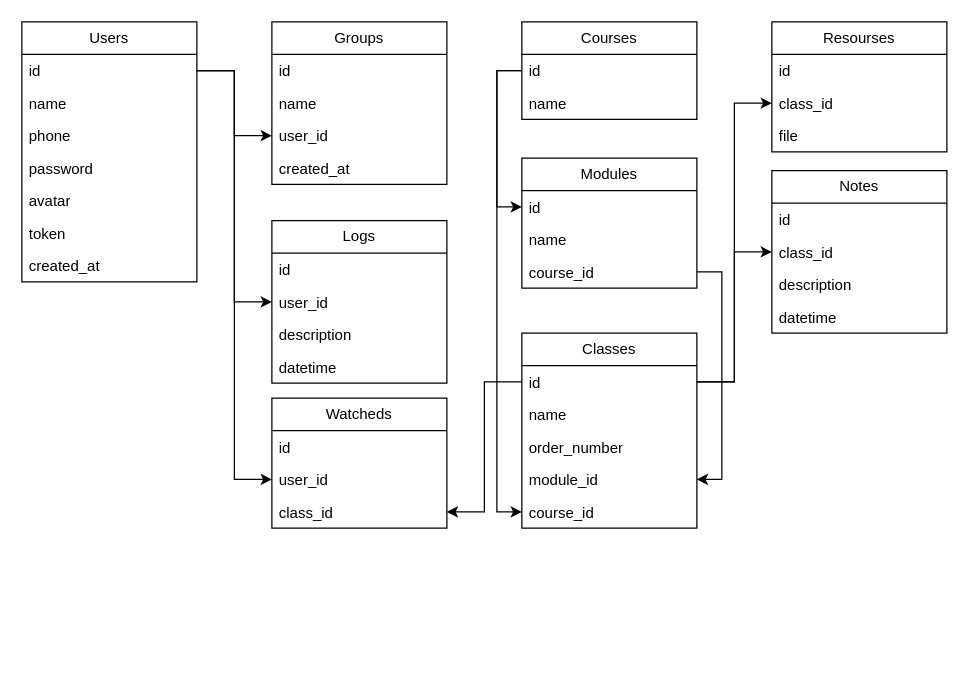
The draw.io diagram uml.drawio in fernando-fix/ead, before the edit. Source tidied: cells renumbered, new cells numbered last; positions are measured from the earlier drawing's top-left corner, leaving out a move shared by most shapes. Both pictures are drawn from the tidied source at 125%, with x=0, y=0 at pixel (21, 21).
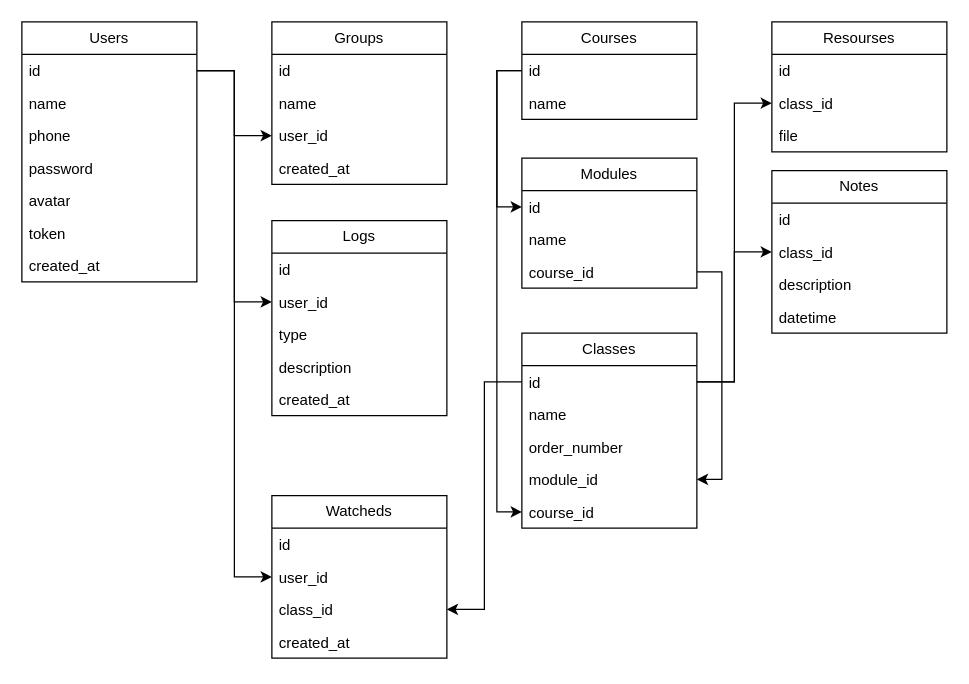
The same page after the edit.

What changed in the source:
```diff
@@
     <mxCell id="28" value="Logs" style="swimlane;fontStyle=0;horizontal=1;startSize=26;fillColor=none;whiteSpace=wrap;html=1;" parent="1" vertex="1">
-      <mxGeometry x="200" y="159" width="140" height="130" as="geometry" />
+      <mxGeometry x="200" y="159" width="140" height="156" as="geometry" />
     </mxCell>
@@
+    <mxCell id="55" value="type" style="text;strokeColor=none;fillColor=none;align=left;verticalAlign=top;spacingLeft=4;spacingRight=4;overflow=hidden;whiteSpace=wrap;html=1;" parent="28" vertex="1">
+      <mxGeometry y="78" width="140" height="26" as="geometry" />
+    </mxCell>
     <mxCell id="31" value="description" style="text;strokeColor=none;fillColor=none;align=left;verticalAlign=top;spacingLeft=4;spacingRight=4;overflow=hidden;whiteSpace=wrap;html=1;" parent="28" vertex="1">
-      <mxGeometry y="78" width="140" height="26" as="geometry" />
+      <mxGeometry y="104" width="140" height="26" as="geometry" />
     </mxCell>
-    <mxCell id="32" value="datetime" style="text;strokeColor=none;fillColor=none;align=left;verticalAlign=top;spacingLeft=4;spacingRight=4;overflow=hidden;whiteSpace=wrap;html=1;" parent="28" vertex="1">
-      <mxGeometry y="104" width="140" height="26" as="geometry" />
+    <mxCell id="32" value="created_at" style="text;strokeColor=none;fillColor=none;align=left;verticalAlign=top;spacingLeft=4;spacingRight=4;overflow=hidden;whiteSpace=wrap;html=1;" parent="28" vertex="1">
+      <mxGeometry y="130" width="140" height="26" as="geometry" />
     </mxCell>
@@
     <mxCell id="44" value="Watcheds" style="swimlane;fontStyle=0;horizontal=1;startSize=26;fillColor=none;whiteSpace=wrap;html=1;" parent="1" vertex="1">
-      <mxGeometry x="200" y="301" width="140" height="104" as="geometry" />
+      <mxGeometry x="200" y="379" width="140" height="130" as="geometry" />
     </mxCell>
@@
+    <mxCell id="56" value="created_at" style="text;strokeColor=none;fillColor=none;align=left;verticalAlign=top;spacingLeft=4;spacingRight=4;overflow=hidden;whiteSpace=wrap;html=1;" parent="44" vertex="1">
+      <mxGeometry y="104" width="140" height="26" as="geometry" />
+    </mxCell>
```
